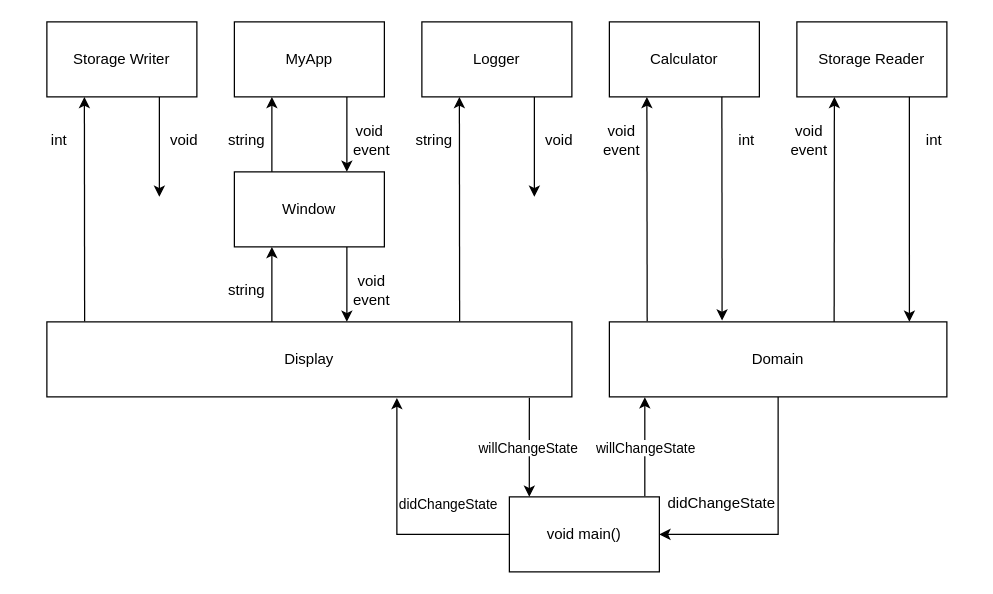
prokhor-andrew/simprokmachine-flutter keeps this draw.io diagram as sample/images/components2.drawio. Above is the earlier version. Source tidied: cells renumbered, new cells numbered last; positions are measured from the earlier drawing's top-left corner, leaving out a move shared by most shapes. Both pictures are drawn from the tidied source at 125%, with x=0, y=0 at pixel (21, 21).
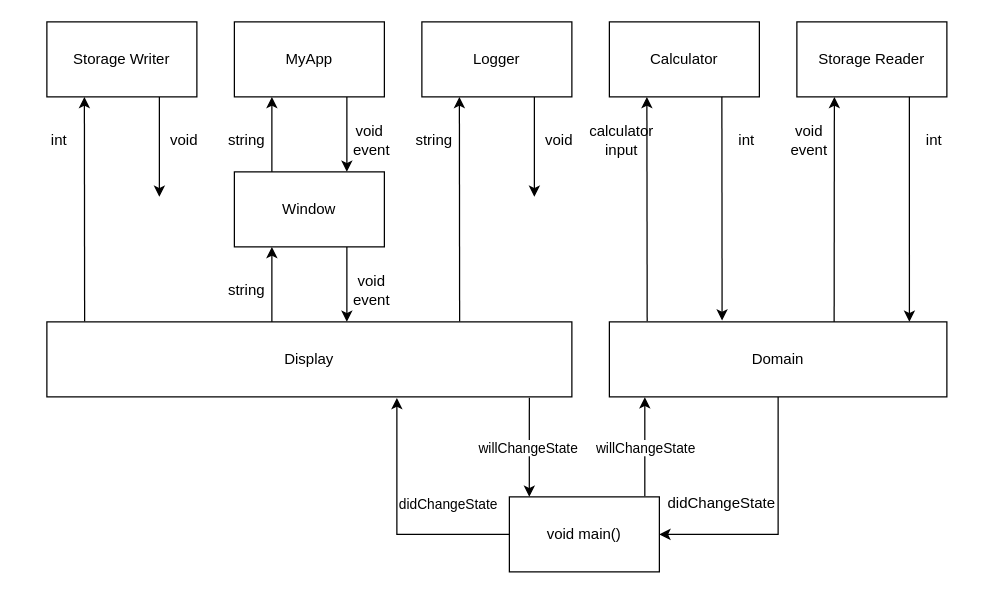
The same diagram, later.

What changed in the source:
```diff
@@
-    <mxCell id="13" value="void&lt;br&gt;event" style="text;html=1;strokeColor=none;fillColor=none;align=center;verticalAlign=middle;whiteSpace=wrap;rounded=0;" parent="1" vertex="1">
+    <mxCell id="13" value="calculator&lt;br&gt;input" style="text;html=1;strokeColor=none;fillColor=none;align=center;verticalAlign=middle;whiteSpace=wrap;rounded=0;" parent="1" vertex="1">
       <mxGeometry x="450" y="80" width="60" height="30" as="geometry" />
     </mxCell>
```
